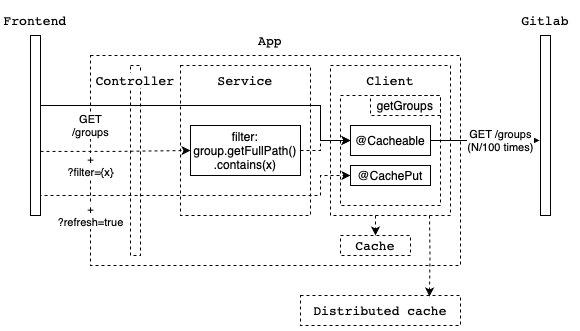
foobarops/gitlab-proxy keeps this draw.io diagram as docs/diagram/Diagram.drawio.png. Above is the earlier version. Source tidied: cells renumbered, new cells last; positions are measured from the earlier drawing's top-left corner, leaving out a move shared by most shapes.
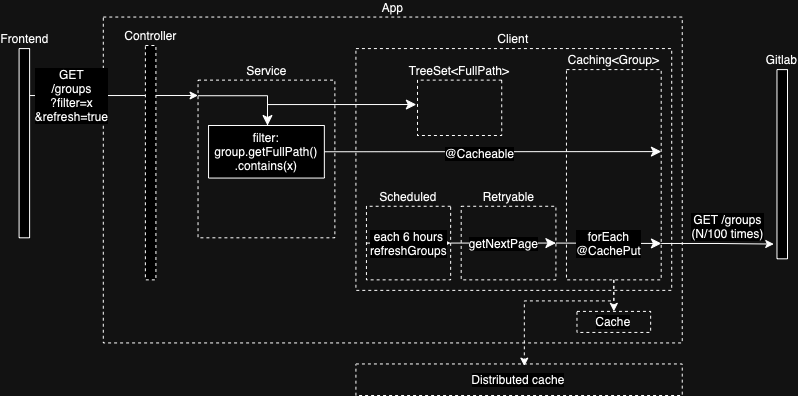
Later version of the same file.

Change to the diagram source:
```diff
@@ -1,125 +1,99 @@
 <mxGraphModel>
   <root>
     <mxCell id="0" />
-    <mxCell id="1" value="areas" parent="0" />
-    <mxCell id="2" style="group;" parent="1" vertex="1">
-      <mxGeometry x="340" y="90" width="100" height="110" as="geometry" />
-    </mxCell>
-    <mxCell id="3" style="rounded=0;whiteSpace=wrap;html=1;fillColor=none;dashed=1;" parent="2" vertex="1">
-      <mxGeometry width="100" height="110" as="geometry" />
-    </mxCell>
-    <mxCell id="4" value="&lt;pre style=&quot;caret-color: rgb(0, 0, 0); color: rgb(0, 0, 0); font-style: normal; font-variant-caps: normal; font-weight: 400; letter-spacing: normal; orphans: auto; text-indent: 0px; text-transform: none; widows: auto; word-spacing: 0px; -webkit-text-size-adjust: auto; -webkit-text-stroke-width: 0px; text-decoration: none; text-align: start; background-color: rgb(255, 255, 255); font-family: &amp;quot;JetBrains Mono&amp;quot;, monospace; font-size: 9.8pt;&quot;&gt;&lt;span style=&quot;font-family: Helvetica; font-size: 12px; text-align: center; white-space: normal; background-color: rgb(251, 251, 251);&quot;&gt;getGroups&lt;/span&gt;&lt;br&gt;&lt;/pre&gt;" style="text;html=1;strokeColor=default;fillColor=none;align=center;verticalAlign=middle;whiteSpace=wrap;rounded=0;dashed=1;" parent="2" vertex="1">
-      <mxGeometry x="30" width="70" height="20" as="geometry" />
-    </mxCell>
-    <mxCell id="5" style="rounded=0;whiteSpace=wrap;html=1;" parent="1" vertex="1">
-      <mxGeometry x="540" y="30" width="10" height="180" as="geometry" />
-    </mxCell>
-    <mxCell id="6" style="group;" parent="1" vertex="1">
-      <mxGeometry x="180" y="60" width="130" height="150" as="geometry" />
-    </mxCell>
+    <mxCell id="12" parent="0" />
+    <mxCell id="10" value="Client" style="rounded=0;whiteSpace=wrap;html=1;fillColor=none;dashed=1;verticalAlign=bottom;labelPosition=center;verticalLabelPosition=top;align=center;fontSize=12;fontFamily=Helvetica;" parent="12" vertex="1">
+      <mxGeometry x="258.4" y="103.1" width="315.8" height="241.8" as="geometry" />
+    </mxCell>
+    <mxCell id="14" value="App" style="rounded=0;whiteSpace=wrap;html=1;dashed=1;glass=0;gradientColor=none;fillColor=none;fontSize=12;labelPosition=center;verticalLabelPosition=top;align=center;verticalAlign=bottom;fontFamily=Helvetica;" parent="12" vertex="1">
+      <mxGeometry x="5.8" y="71.5" width="578.9" height="325.9" as="geometry" />
+    </mxCell>
-    <mxCell id="7" style="rounded=0;whiteSpace=wrap;html=1;fillColor=none;dashed=1;" parent="6" vertex="1">
-      <mxGeometry width="130" height="150" as="geometry" />
+    <mxCell id="7" value="Service" style="rounded=0;whiteSpace=wrap;html=1;fillColor=none;dashed=1;fontSize=12;fontFamily=Helvetica;labelPosition=center;verticalLabelPosition=top;align=center;verticalAlign=bottom;" parent="12" vertex="1">
+      <mxGeometry x="100.5" y="134.6" width="136.8" height="157.7" as="geometry" />
     </mxCell>
-    <mxCell id="8" value="&lt;pre style=&quot;font-style: normal; font-variant-caps: normal; font-weight: 400; letter-spacing: normal; orphans: auto; text-align: start; text-indent: 0px; text-transform: none; widows: auto; word-spacing: 0px; -webkit-text-size-adjust: auto; -webkit-text-stroke-width: 0px; text-decoration: none; background-color: rgb(255, 255, 255); color: rgb(0, 0, 0); font-family: &amp;quot;JetBrains Mono&amp;quot;, monospace; font-size: 9.8pt;&quot;&gt;&lt;span style=&quot;font-size: 9.8pt; white-space: normal;&quot;&gt;Service&lt;/span&gt;&lt;br&gt;&lt;/pre&gt;" style="text;html=1;strokeColor=none;fillColor=none;align=center;verticalAlign=middle;whiteSpace=wrap;rounded=0;" parent="6" vertex="1">
-      <mxGeometry width="130" height="30" as="geometry" />
-    </mxCell>
-    <mxCell id="9" style="group;" parent="1" vertex="1">
-      <mxGeometry x="330" y="60" width="120" height="150" as="geometry" />
-    </mxCell>
-    <mxCell id="10" style="rounded=0;whiteSpace=wrap;html=1;fillColor=none;dashed=1;" parent="9" vertex="1">
-      <mxGeometry width="120" height="150" as="geometry" />
-    </mxCell>
-    <mxCell id="11" value="&lt;pre style=&quot;caret-color: rgb(0, 0, 0); color: rgb(0, 0, 0); font-style: normal; font-variant-caps: normal; font-weight: 400; letter-spacing: normal; orphans: auto; text-indent: 0px; text-transform: none; widows: auto; word-spacing: 0px; -webkit-text-size-adjust: auto; -webkit-text-stroke-width: 0px; text-decoration: none; text-align: start; background-color: rgb(255, 255, 255); font-family: &amp;quot;JetBrains Mono&amp;quot;, monospace; font-size: 9.8pt;&quot;&gt;Client&lt;/pre&gt;" style="text;html=1;strokeColor=none;fillColor=none;align=center;verticalAlign=middle;whiteSpace=wrap;rounded=0;" parent="9" vertex="1">
-      <mxGeometry width="120" height="30" as="geometry" />
-    </mxCell>
-    <mxCell id="12" parent="0" />
-    <mxCell id="13" style="group;" parent="12" vertex="1">
-      <mxGeometry x="90" y="20" width="370" height="250" as="geometry" />
-    </mxCell>
-    <mxCell id="14" style="rounded=0;whiteSpace=wrap;html=1;dashed=1;glass=0;gradientColor=none;fillColor=none;" parent="13" vertex="1">
-      <mxGeometry y="30" width="370" height="210" as="geometry" />
-    </mxCell>
-    <mxCell id="15" value="&lt;pre style=&quot;font-style: normal; font-variant-caps: normal; font-weight: 400; letter-spacing: normal; orphans: auto; text-align: start; text-indent: 0px; text-transform: none; widows: auto; word-spacing: 0px; -webkit-text-size-adjust: auto; -webkit-text-stroke-width: 0px; text-decoration: none; background-color: rgb(255, 255, 255); color: rgb(0, 0, 0); font-family: &amp;quot;JetBrains Mono&amp;quot;, monospace; font-size: 9.8pt;&quot;&gt;&lt;span style=&quot;white-space: normal;&quot;&gt;App&lt;/span&gt;&lt;/pre&gt;" style="text;html=1;strokeColor=none;fillColor=none;align=center;verticalAlign=middle;whiteSpace=wrap;rounded=0;" parent="13" vertex="1">
-      <mxGeometry x="150" width="60" height="30" as="geometry" />
-    </mxCell>
-    <mxCell id="16" style="group;dashed=1;" parent="13" vertex="1">
-      <mxGeometry x="10" y="40" width="70" height="190" as="geometry" />
-    </mxCell>
-    <mxCell id="17" style="rounded=0;whiteSpace=wrap;html=1;dashed=1;" parent="16" vertex="1">
-      <mxGeometry x="30" width="10" height="190" as="geometry" />
-    </mxCell>
-    <mxCell id="18" value="&lt;pre style=&quot;font-style: normal; font-variant-caps: normal; font-weight: 400; letter-spacing: normal; orphans: auto; text-align: start; text-indent: 0px; text-transform: none; widows: auto; word-spacing: 0px; -webkit-text-size-adjust: auto; -webkit-text-stroke-width: 0px; text-decoration: none; background-color: rgb(255, 255, 255); color: rgb(0, 0, 0); font-family: &amp;quot;JetBrains Mono&amp;quot;, monospace; font-size: 9.8pt;&quot;&gt;&lt;span style=&quot;font-size: 9.8pt; white-space: normal;&quot;&gt;Controller&lt;/span&gt;&lt;br&gt;&lt;/pre&gt;" style="text;html=1;strokeColor=none;fillColor=default;align=center;verticalAlign=middle;whiteSpace=wrap;rounded=0;" parent="16" vertex="1">
-      <mxGeometry y="10" width="70" height="10" as="geometry" />
-    </mxCell>
-    <mxCell id="19" value="@CachePut" style="rounded=0;whiteSpace=wrap;html=1;" parent="13" vertex="1">
-      <mxGeometry x="260" y="140" width="80" height="20" as="geometry" />
-    </mxCell>
-    <mxCell id="20" value="&lt;div&gt;+&lt;/div&gt;?filter={x}" style="edgeStyle=orthogonalEdgeStyle;rounded=0;jettySize=auto;html=1;entryX=0;entryY=0.5;entryDx=0;entryDy=0;dashed=1;exitX=1;exitY=0.644;exitDx=0;exitDy=0;exitPerimeter=0;" parent="12" edge="1" source="34" target="24">
-      <mxGeometry x="-0.34" y="-14" relative="1" as="geometry" />
-    </mxCell>
+    <mxCell id="35" value="Retryable" style="rounded=0;whiteSpace=wrap;html=1;fillColor=none;dashed=1;labelPosition=center;verticalLabelPosition=top;align=center;verticalAlign=bottom;fontSize=12;fontFamily=Helvetica;" parent="12" vertex="1">
+      <mxGeometry x="363.7" y="260.8" width="94.7" height="73.6" as="geometry" />
+    </mxCell>
-    <mxCell id="21" style="edgeStyle=orthogonalEdgeStyle;rounded=0;jettySize=auto;html=1;entryX=0.5;entryY=0;entryDx=0;entryDy=0;dashed=1;" parent="12" edge="1" target="27">
-      <mxGeometry relative="1" as="geometry">
-        <mxPoint x="375" y="210" as="sourcePoint" />
-      </mxGeometry>
+    <mxCell id="21" style="edgeStyle=orthogonalEdgeStyle;rounded=0;jettySize=auto;html=1;entryX=0.5;entryY=0;entryDx=0;entryDy=0;dashed=1;exitX=0.5;exitY=1;exitDx=0;exitDy=0;fontSize=12;fontFamily=Helvetica;" parent="12" edge="1" source="36" target="27">
+      <mxGeometry relative="1" as="geometry" />
     </mxCell>
-    <mxCell id="22" value="@Cacheable" style="rounded=0;whiteSpace=wrap;html=1;" parent="12" vertex="1">
-      <mxGeometry x="350" y="120" width="80" height="30" as="geometry" />
-    </mxCell>
-    <mxCell id="23" style="edgeStyle=orthogonalEdgeStyle;rounded=0;jettySize=auto;html=1;exitX=1;exitY=0.5;exitDx=0;exitDy=0;entryX=0;entryY=0.5;entryDx=0;entryDy=0;dashed=1;" parent="12" edge="1" source="24" target="22">
-      <mxGeometry relative="1" as="geometry">
-        <Array as="points">
-          <mxPoint x="320" y="145" />
-          <mxPoint x="320" y="135" />
-        </Array>
-      </mxGeometry>
-    </mxCell>
-    <mxCell id="24" value="filter:&lt;br&gt;group.getFullPath()&lt;br&gt;.contains(&lt;span style=&quot;caret-color: rgb(0, 128, 0);&quot;&gt;x&lt;/span&gt;)" style="rounded=0;whiteSpace=wrap;html=1;" parent="12" vertex="1">
-      <mxGeometry x="190" y="120" width="110" height="50" as="geometry" />
-    </mxCell>
-    <mxCell id="25" value="&lt;div style=&quot;font-size: 11px;&quot;&gt;+&lt;/div&gt;?refresh=true" style="edgeStyle=orthogonalEdgeStyle;rounded=0;jettySize=auto;html=1;fontFamily=Helvetica;fontSize=11;fontColor=#000000;dashed=1;entryX=0;entryY=0.5;entryDx=0;entryDy=0;exitX=1;exitY=0.878;exitDx=0;exitDy=0;exitPerimeter=0;" parent="12" edge="1" source="34" target="19">
-      <mxGeometry x="-0.69" y="-20" relative="1" as="geometry">
-        <Array as="points">
-          <mxPoint x="40" y="190" />
-          <mxPoint x="320" y="190" />
-          <mxPoint x="320" y="170" />
-        </Array>
-      </mxGeometry>
-    </mxCell>
-    <mxCell id="26" value="GET /groups&lt;br&gt;(N/100 times)" style="edgeStyle=orthogonalEdgeStyle;rounded=0;jettySize=auto;html=1;exitX=1;exitY=0.5;exitDx=0;exitDy=0;entryX=-0.1;entryY=0.583;entryDx=0;entryDy=0;entryPerimeter=0;" parent="12" edge="1" source="22" target="5">
-      <mxGeometry x="0.29" relative="1" as="geometry">
-        <mxPoint x="-1" as="offset" />
-      </mxGeometry>
+    <mxCell id="26" value="GET /groups&lt;br style=&quot;font-size: 12px;&quot;&gt;(N/100 times)" style="edgeStyle=orthogonalEdgeStyle;rounded=0;jettySize=auto;html=1;entryX=-0.3;entryY=0.922;entryDx=0;entryDy=0;entryPerimeter=0;exitX=1;exitY=0.827;exitDx=0;exitDy=0;exitPerimeter=0;fontSize=12;fontFamily=Helvetica;" parent="12" edge="1" source="36" target="5">
+      <mxGeometry x="0.18" y="18" relative="1" as="geometry" />
     </mxCell>
-    <mxCell id="27" value="&lt;pre style=&quot;caret-color: rgb(0, 0, 0); color: rgb(0, 0, 0); font-style: normal; font-variant-caps: normal; font-weight: 400; letter-spacing: normal; orphans: auto; text-indent: 0px; text-transform: none; widows: auto; word-spacing: 0px; -webkit-text-size-adjust: auto; -webkit-text-stroke-width: 0px; text-decoration: none; text-align: start; background-color: rgb(255, 255, 255); font-family: &amp;quot;JetBrains Mono&amp;quot;, monospace; font-size: 9.8pt;&quot;&gt;Cache&lt;/pre&gt;" style="text;html=1;strokeColor=default;fillColor=none;align=center;verticalAlign=middle;whiteSpace=wrap;rounded=0;dashed=1;strokeWidth=1;" parent="12" vertex="1">
-      <mxGeometry x="340" y="230" width="70" height="20" as="geometry" />
+    <mxCell id="27" value="&lt;div style=&quot;caret-color: rgb(0, 0, 0); color: rgb(0, 0, 0); font-style: normal; font-variant-caps: normal; font-weight: 400; letter-spacing: normal; text-indent: 0px; text-transform: none; word-spacing: 0px; -webkit-text-stroke-width: 0px; text-decoration: none; text-align: start; background-color: rgb(255, 255, 255); font-size: 12px;&quot;&gt;Cache&lt;/div&gt;" style="text;html=1;strokeColor=default;fillColor=none;align=center;verticalAlign=middle;whiteSpace=wrap;rounded=0;dashed=1;strokeWidth=1;fontSize=12;fontFamily=Helvetica;" parent="12" vertex="1">
+      <mxGeometry x="479.5" y="365.9" width="73.7" height="21" as="geometry" />
     </mxCell>
-    <mxCell id="28" value="&lt;pre style=&quot;caret-color: rgb(0, 0, 0); color: rgb(0, 0, 0); font-style: normal; font-variant-caps: normal; font-weight: 400; letter-spacing: normal; orphans: auto; text-indent: 0px; text-transform: none; widows: auto; word-spacing: 0px; -webkit-text-size-adjust: auto; -webkit-text-stroke-width: 0px; text-decoration: none; text-align: start; background-color: rgb(255, 255, 255); font-family: &amp;quot;JetBrains Mono&amp;quot;, monospace; font-size: 9.8pt;&quot;&gt;Gitlab&lt;/pre&gt;" style="text;html=1;strokeColor=none;fillColor=none;align=center;verticalAlign=middle;whiteSpace=wrap;rounded=0;" parent="12" vertex="1">
-      <mxGeometry x="510" width="70" height="30" as="geometry" />
-    </mxCell>
-    <mxCell id="29" value="&lt;pre style=&quot;caret-color: rgb(0, 0, 0); color: rgb(0, 0, 0); font-style: normal; font-variant-caps: normal; font-weight: 400; letter-spacing: normal; orphans: auto; text-indent: 0px; text-transform: none; widows: auto; word-spacing: 0px; -webkit-text-size-adjust: auto; -webkit-text-stroke-width: 0px; text-decoration: none; text-align: start; background-color: rgb(255, 255, 255); font-family: &amp;quot;JetBrains Mono&amp;quot;, monospace; font-size: 9.8pt;&quot;&gt;Distributed cache&lt;/pre&gt;" style="text;html=1;strokeColor=default;fillColor=none;align=center;verticalAlign=middle;whiteSpace=wrap;rounded=0;strokeWidth=1;dashed=1;" parent="12" vertex="1">
-      <mxGeometry x="300" y="290" width="160" height="30" as="geometry" />
+    <mxCell id="29" value="&lt;div style=&quot;caret-color: rgb(0, 0, 0); color: rgb(0, 0, 0); font-style: normal; font-variant-caps: normal; font-weight: 400; letter-spacing: normal; text-indent: 0px; text-transform: none; word-spacing: 0px; -webkit-text-stroke-width: 0px; text-decoration: none; text-align: start; background-color: rgb(255, 255, 255); font-size: 12px;&quot;&gt;Distributed cache&lt;/div&gt;" style="text;html=1;strokeColor=default;fillColor=none;align=center;verticalAlign=middle;whiteSpace=wrap;rounded=0;strokeWidth=1;dashed=1;fontSize=12;fontFamily=Helvetica;" parent="12" vertex="1">
+      <mxGeometry x="258.4" y="418.5" width="326.3" height="31.5" as="geometry" />
     </mxCell>
-    <mxCell id="30" style="edgeStyle=orthogonalEdgeStyle;rounded=0;jettySize=auto;html=1;entryX=0.806;entryY=0.033;entryDx=0;entryDy=0;entryPerimeter=0;dashed=1;" parent="12" edge="1" target="29">
+    <mxCell id="30" style="edgeStyle=orthogonalEdgeStyle;rounded=0;jettySize=auto;html=1;dashed=1;exitX=0.5;exitY=1;exitDx=0;exitDy=0;fontSize=12;fontFamily=Helvetica;" parent="12" edge="1" source="36">
       <mxGeometry relative="1" as="geometry">
-        <mxPoint x="429" y="210" as="sourcePoint" />
+        <mxPoint x="426.8" y="420.6" as="targetPoint" />
+        <Array as="points">
+          <mxPoint x="516.3" y="355.4" />
+          <mxPoint x="426.8" y="355.4" />
+          <mxPoint x="426.8" y="420.6" />
+        </Array>
       </mxGeometry>
     </mxCell>
-    <mxCell id="31" value="GET&lt;br&gt;/groups" style="edgeStyle=orthogonalEdgeStyle;rounded=0;jettySize=auto;html=1;entryX=0;entryY=0.5;entryDx=0;entryDy=0;" parent="12" edge="1" source="34" target="22">
-      <mxGeometry x="-0.71" y="-20" relative="1" as="geometry">
-        <Array as="points">
-          <mxPoint x="320" y="100" />
-          <mxPoint x="320" y="135" />
-        </Array>
+    <mxCell id="31" value="GET&lt;br style=&quot;font-size: 12px;&quot;&gt;/groups&lt;div style=&quot;font-size: 12px;&quot;&gt;?filter=x&lt;/div&gt;&lt;div style=&quot;font-size: 12px;&quot;&gt;&amp;amp;refresh=true&lt;br style=&quot;font-size: 12px;&quot;&gt;&lt;/div&gt;" style="edgeStyle=orthogonalEdgeStyle;rounded=0;orthogonalLoop=1;jettySize=auto;html=1;exitX=1;exitY=0.378;exitDx=0;exitDy=0;exitPerimeter=0;fontSize=12;fontFamily=Helvetica;" parent="12" edge="1">
+      <mxGeometry x="-0.5" relative="1" as="geometry">
+        <mxPoint x="-67.9" y="150" as="sourcePoint" />
+        <mxPoint x="100.5" y="150" as="targetPoint" />
       </mxGeometry>
     </mxCell>
-    <mxCell id="32" style="group;" parent="12" vertex="1">
-      <mxGeometry width="70" height="210" as="geometry" />
-    </mxCell>
-    <mxCell id="33" value="&lt;pre style=&quot;font-style: normal; font-variant-caps: normal; font-weight: 400; letter-spacing: normal; orphans: auto; text-align: start; text-indent: 0px; text-transform: none; widows: auto; word-spacing: 0px; -webkit-text-size-adjust: auto; -webkit-text-stroke-width: 0px; text-decoration: none; background-color: rgb(255, 255, 255); color: rgb(0, 0, 0); font-family: &amp;quot;JetBrains Mono&amp;quot;, monospace; font-size: 9.8pt;&quot;&gt;&lt;span style=&quot;font-size: 9.8pt; white-space: normal;&quot;&gt;Frontend&lt;/span&gt;&lt;br&gt;&lt;/pre&gt;" style="text;html=1;strokeColor=none;fillColor=none;align=center;verticalAlign=middle;whiteSpace=wrap;rounded=0;" parent="32" vertex="1">
-      <mxGeometry width="70" height="30" as="geometry" />
-    </mxCell>
+    <mxCell id="36" value="Caching&amp;lt;Group&amp;gt;" style="rounded=0;whiteSpace=wrap;html=1;fillColor=none;dashed=1;labelPosition=center;verticalLabelPosition=top;align=center;verticalAlign=bottom;fontSize=12;fontFamily=Helvetica;" parent="12" vertex="1">
+      <mxGeometry x="468.9" y="124.1" width="94.7" height="210.3" as="geometry" />
+    </mxCell>
+    <mxCell id="37" value="getNextPage" style="endArrow=classic;html=1;rounded=0;startSize=8;endSize=8;curved=1;exitX=1;exitY=0.5;exitDx=0;exitDy=0;entryX=1;entryY=0.5;entryDx=0;entryDy=0;align=center;verticalAlign=middle;fontSize=12;fontFamily=Helvetica;" parent="12" edge="1" source="3" target="35">
+      <mxGeometry relative="1" as="geometry" />
+    </mxCell>
+    <mxCell id="38" value="forEach&lt;div style=&quot;font-size: 12px;&quot;&gt;@CachePut&lt;/div&gt;" style="endArrow=classic;html=1;rounded=0;fontSize=12;startSize=8;endSize=8;curved=1;exitX=1;exitY=0.5;exitDx=0;exitDy=0;entryX=1.002;entryY=0.827;entryDx=0;entryDy=0;entryPerimeter=0;fontFamily=Helvetica;" parent="12" edge="1" source="35" target="36">
+      <mxGeometry relative="1" as="geometry" />
+    </mxCell>
+    <mxCell id="39" value="&lt;div style=&quot;font-size: 12px;&quot;&gt;each 6 hours&lt;/div&gt;refreshGroups" style="endArrow=classic;html=1;rounded=0;startSize=8;endSize=8;curved=1;exitX=0;exitY=0.5;exitDx=0;exitDy=0;entryX=1;entryY=0.5;entryDx=0;entryDy=0;fontSize=12;fontFamily=Helvetica;" parent="12" edge="1" source="3" target="3">
+      <mxGeometry relative="1" as="geometry" />
+    </mxCell>
+    <mxCell id="40" style="edgeStyle=none;curved=1;rounded=0;jettySize=auto;html=1;fontSize=12;startSize=8;endSize=8;entryX=1.002;entryY=0.39;entryDx=0;entryDy=0;entryPerimeter=0;" parent="12" edge="1" source="24" target="36">
+      <mxGeometry relative="1" as="geometry" />
+    </mxCell>
+    <mxCell id="22" value="@Cacheable" style="edgeLabel;html=1;align=center;verticalAlign=middle;points=[];fontSize=12;" parent="40" vertex="1">
+      <mxGeometry x="-0.08" y="-1" relative="1" as="geometry" />
+    </mxCell>
+    <mxCell id="24" value="filter:&lt;br style=&quot;font-size: 12px;&quot;&gt;group.getFullPath()&lt;br style=&quot;font-size: 12px;&quot;&gt;.contains(&lt;span style=&quot;caret-color: rgb(0, 128, 0); font-size: 12px;&quot;&gt;x&lt;/span&gt;)" style="rounded=0;whiteSpace=wrap;html=1;fontSize=12;fontFamily=Helvetica;" parent="12" vertex="1">
+      <mxGeometry x="111.1" y="180" width="115.8" height="52.6" as="geometry" />
+    </mxCell>
+    <mxCell id="3" value="Scheduled" style="rounded=0;whiteSpace=wrap;html=1;fillColor=none;dashed=1;align=center;flipV=0;flipH=1;verticalAlign=bottom;labelPosition=center;verticalLabelPosition=top;fontSize=12;fontFamily=Helvetica;" parent="12" vertex="1">
+      <mxGeometry x="268.9" y="260.8" width="84.2" height="73.6" as="geometry" />
+    </mxCell>
+    <mxCell id="5" value="Gitlab" style="rounded=0;whiteSpace=wrap;html=1;align=center;verticalAlign=bottom;labelPosition=center;verticalLabelPosition=top;fontSize=12;fontFamily=Helvetica;" parent="12" vertex="1">
+      <mxGeometry x="679.5" y="124.1" width="10.5" height="189.2" as="geometry" />
+    </mxCell>
-    <mxCell id="34" style="rounded=0;whiteSpace=wrap;html=1;" parent="32" vertex="1">
-      <mxGeometry x="30" y="30" width="10" height="180" as="geometry" />
+    <mxCell id="34" value="Frontend" style="rounded=0;whiteSpace=wrap;html=1;fontSize=12;labelPosition=center;verticalLabelPosition=top;align=center;verticalAlign=bottom;fontFamily=Helvetica;" parent="12" vertex="1">
+      <mxGeometry x="-78.4" y="103.1" width="10.5" height="189.2" as="geometry" />
     </mxCell>
+    <mxCell id="17" value="Controller" style="rounded=0;whiteSpace=wrap;html=1;dashed=1;fontSize=12;fontFamily=Helvetica;labelPosition=center;verticalLabelPosition=top;align=center;verticalAlign=bottom;" parent="12" vertex="1">
+      <mxGeometry x="47.9" y="100" width="10.5" height="234.4" as="geometry" />
+    </mxCell>
+    <mxCell id="41" style="endArrow=classic;html=1;rounded=0;fontSize=12;startSize=8;endSize=8;edgeStyle=orthogonalEdgeStyle;exitX=-0.001;exitY=0.099;exitDx=0;exitDy=0;exitPerimeter=0;" parent="12" edge="1" source="7">
+      <mxGeometry relative="1" as="geometry">
+        <mxPoint x="170" y="180" as="targetPoint" />
+        <Array as="points">
+          <mxPoint x="170" y="150" />
+          <mxPoint x="170" y="180" />
+        </Array>
+      </mxGeometry>
+    </mxCell>
+    <mxCell id="42" style="edgeStyle=orthogonalEdgeStyle;rounded=0;jettySize=auto;html=1;exitX=1.014;exitY=0.441;exitDx=0;exitDy=0;fontSize=12;startSize=8;endSize=8;exitPerimeter=0;entryX=1.014;entryY=0.441;entryDx=0;entryDy=0;entryPerimeter=0;" parent="12" edge="1" target="43">
+      <mxGeometry relative="1" as="geometry">
+        <mxPoint x="170" y="180" as="sourcePoint" />
+        <Array as="points">
+          <mxPoint x="170" y="159" />
+        </Array>
+      </mxGeometry>
+    </mxCell>
+    <mxCell id="43" value="TreeSet&amp;lt;FullPath&amp;gt;" style="rounded=0;whiteSpace=wrap;html=1;fillColor=none;dashed=1;align=center;flipV=0;flipH=1;verticalAlign=bottom;labelPosition=center;verticalLabelPosition=top;fontSize=12;fontFamily=Helvetica;" parent="12" vertex="1">
+      <mxGeometry x="320" y="134.6" width="84.2" height="55.4" as="geometry" />
+    </mxCell>
   </root>
 </mxGraphModel>
```
